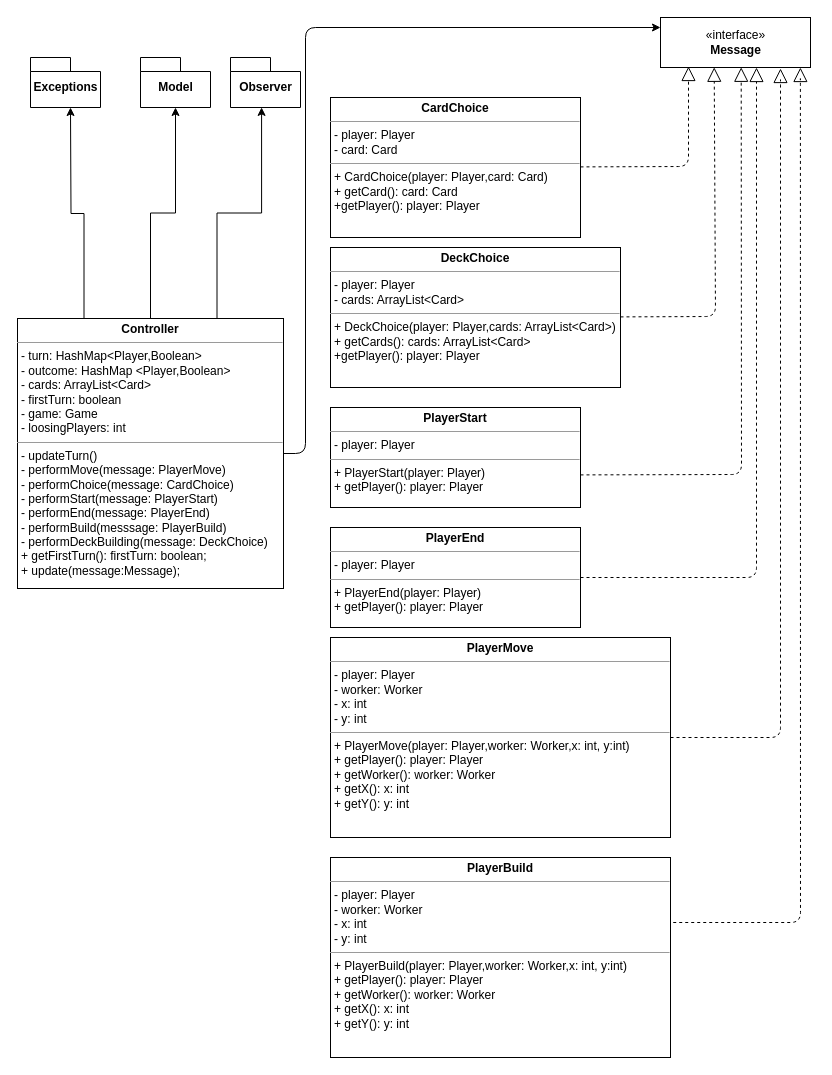
This is UML/Controller.drawio from peppetort/POLIMI_SE_19-20_santorini, a draw.io file, before an edit. Source tidied: cells renumbered, new cells numbered last; positions are measured from the earlier drawing's top-left corner, leaving out a move shared by most shapes. Both pictures are drawn from the tidied source at 100%, with x=0, y=0 at pixel (17, 17).
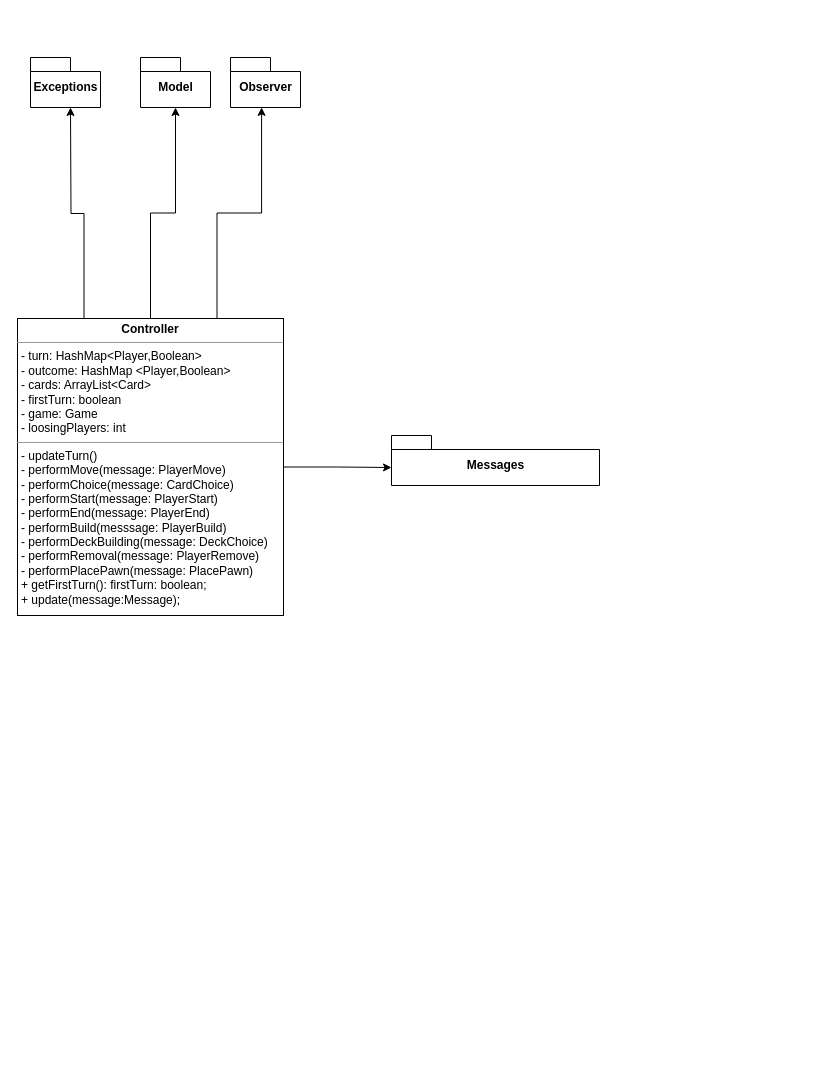
The same diagram, later.

Commit message (it also covers changes not shown here):
ModelUML: added removePlayer method / ControllerUML: deleted messages to separate them in their own package and added performRemoval and performPlacePawn

Diff of the diagram source:
```diff
@@
+    <mxCell id="23" style="edgeStyle=orthogonalEdgeStyle;rounded=0;jettySize=auto;html=1;exitX=1;exitY=0.5;exitDx=0;exitDy=0;entryX=0;entryY=0;entryDx=0;entryDy=32;entryPerimeter=0;" parent="1" edge="1" source="5" target="24">
+      <mxGeometry relative="1" as="geometry" />
+    </mxCell>
-    <mxCell id="5" value="&lt;p style=&quot;margin: 0px ; margin-top: 4px ; text-align: center&quot;&gt;&lt;b&gt;Controller&lt;/b&gt;&lt;/p&gt;&lt;hr size=&quot;1&quot;&gt;&lt;p style=&quot;margin: 0px ; margin-left: 4px&quot;&gt;- turn: HashMap&amp;lt;Player,Boolean&amp;gt;&lt;/p&gt;&lt;p style=&quot;margin: 0px ; margin-left: 4px&quot;&gt;- outcome: HashMap &amp;lt;Player,Boolean&amp;gt;&amp;nbsp;&lt;/p&gt;&lt;p style=&quot;margin: 0px ; margin-left: 4px&quot;&gt;- cards: ArrayList&amp;lt;Card&amp;gt;&lt;/p&gt;&lt;p style=&quot;margin: 0px ; margin-left: 4px&quot;&gt;- firstTurn: boolean&lt;/p&gt;&lt;p style=&quot;margin: 0px ; margin-left: 4px&quot;&gt;- game: Game&lt;/p&gt;&lt;p style=&quot;margin: 0px ; margin-left: 4px&quot;&gt;- loosingPlayers: int&lt;/p&gt;&lt;hr size=&quot;1&quot;&gt;&lt;p style=&quot;margin: 0px ; margin-left: 4px&quot;&gt;- updateTurn()&lt;/p&gt;&lt;p style=&quot;margin: 0px ; margin-left: 4px&quot;&gt;- performMove(message: PlayerMove)&lt;/p&gt;&lt;p style=&quot;margin: 0px ; margin-left: 4px&quot;&gt;- performChoice(message: CardChoice)&lt;/p&gt;&lt;p style=&quot;margin: 0px ; margin-left: 4px&quot;&gt;- performStart(message: PlayerStart)&lt;/p&gt;&lt;p style=&quot;margin: 0px ; margin-left: 4px&quot;&gt;- performEnd(message: PlayerEnd)&lt;/p&gt;&lt;p style=&quot;margin: 0px ; margin-left: 4px&quot;&gt;- performBuild(messsage: PlayerBuild)&lt;/p&gt;&lt;p style=&quot;margin: 0px ; margin-left: 4px&quot;&gt;- performDeckBuilding(message: DeckChoice)&lt;/p&gt;&lt;p style=&quot;margin: 0px ; margin-left: 4px&quot;&gt;+ getFirstTurn(): firstTurn: boolean;&lt;/p&gt;&lt;p style=&quot;margin: 0px ; margin-left: 4px&quot;&gt;+ update(message:Message);&amp;nbsp;&amp;nbsp;&lt;/p&gt;" style="verticalAlign=top;align=left;overflow=fill;fontSize=12;fontFamily=Helvetica;html=1;" parent="1" vertex="1">
-      <mxGeometry y="301" width="266" height="270" as="geometry" />
+    <mxCell id="5" value="&lt;p style=&quot;margin: 0px ; margin-top: 4px ; text-align: center&quot;&gt;&lt;b&gt;Controller&lt;/b&gt;&lt;/p&gt;&lt;hr size=&quot;1&quot;&gt;&lt;p style=&quot;margin: 0px ; margin-left: 4px&quot;&gt;- turn: HashMap&amp;lt;Player,Boolean&amp;gt;&lt;/p&gt;&lt;p style=&quot;margin: 0px ; margin-left: 4px&quot;&gt;- outcome: HashMap &amp;lt;Player,Boolean&amp;gt;&amp;nbsp;&lt;/p&gt;&lt;p style=&quot;margin: 0px ; margin-left: 4px&quot;&gt;- cards: ArrayList&amp;lt;Card&amp;gt;&lt;/p&gt;&lt;p style=&quot;margin: 0px ; margin-left: 4px&quot;&gt;- firstTurn: boolean&lt;/p&gt;&lt;p style=&quot;margin: 0px ; margin-left: 4px&quot;&gt;- game: Game&lt;/p&gt;&lt;p style=&quot;margin: 0px ; margin-left: 4px&quot;&gt;- loosingPlayers: int&lt;/p&gt;&lt;hr size=&quot;1&quot;&gt;&lt;p style=&quot;margin: 0px ; margin-left: 4px&quot;&gt;- updateTurn()&lt;/p&gt;&lt;p style=&quot;margin: 0px ; margin-left: 4px&quot;&gt;- performMove(message: PlayerMove)&lt;/p&gt;&lt;p style=&quot;margin: 0px ; margin-left: 4px&quot;&gt;- performChoice(message: CardChoice)&lt;/p&gt;&lt;p style=&quot;margin: 0px ; margin-left: 4px&quot;&gt;- performStart(message: PlayerStart)&lt;/p&gt;&lt;p style=&quot;margin: 0px ; margin-left: 4px&quot;&gt;- performEnd(message: PlayerEnd)&lt;/p&gt;&lt;p style=&quot;margin: 0px ; margin-left: 4px&quot;&gt;- performBuild(messsage: PlayerBuild)&lt;/p&gt;&lt;p style=&quot;margin: 0px ; margin-left: 4px&quot;&gt;- performDeckBuilding(message: DeckChoice)&lt;/p&gt;&lt;p style=&quot;margin: 0px ; margin-left: 4px&quot;&gt;- performRemoval(message: PlayerRemove)&lt;/p&gt;&lt;p style=&quot;margin: 0px ; margin-left: 4px&quot;&gt;- performPlacePawn(message: PlacePawn)&lt;/p&gt;&lt;p style=&quot;margin: 0px ; margin-left: 4px&quot;&gt;+ getFirstTurn(): firstTurn: boolean;&lt;/p&gt;&lt;p style=&quot;margin: 0px ; margin-left: 4px&quot;&gt;+ update(message:Message);&amp;nbsp;&amp;nbsp;&lt;/p&gt;&lt;p style=&quot;margin: 0px ; margin-left: 4px&quot;&gt;&lt;br&gt;&lt;/p&gt;" style="verticalAlign=top;align=left;overflow=fill;fontSize=12;fontFamily=Helvetica;html=1;" parent="1" vertex="1">
+      <mxGeometry y="301" width="266" height="297" as="geometry" />
     </mxCell>
-    <mxCell id="6" value="«interface»&lt;br&gt;&lt;b&gt;Message&lt;/b&gt;" style="html=1;" parent="1" vertex="1">
-      <mxGeometry x="643" width="150" height="50" as="geometry" />
-    </mxCell>
-    <mxCell id="7" value="&lt;p style=&quot;margin: 0px ; margin-top: 4px ; text-align: center&quot;&gt;&lt;b&gt;CardChoice&lt;/b&gt;&lt;/p&gt;&lt;hr size=&quot;1&quot;&gt;&lt;p style=&quot;margin: 0px ; margin-left: 4px&quot;&gt;- player: Player&lt;/p&gt;&lt;p style=&quot;margin: 0px ; margin-left: 4px&quot;&gt;- card: Card&lt;/p&gt;&lt;hr size=&quot;1&quot;&gt;&lt;p style=&quot;margin: 0px ; margin-left: 4px&quot;&gt;+ CardChoice(player: Player,card: Card)&lt;/p&gt;&lt;p style=&quot;margin: 0px ; margin-left: 4px&quot;&gt;+ getCard(): card: Card&lt;/p&gt;&lt;p style=&quot;margin: 0px ; margin-left: 4px&quot;&gt;+getPlayer(): player: Player&lt;/p&gt;&lt;p style=&quot;margin: 0px ; margin-left: 4px&quot;&gt;&lt;br&gt;&lt;/p&gt;" style="verticalAlign=top;align=left;overflow=fill;fontSize=12;fontFamily=Helvetica;html=1;" parent="1" vertex="1">
-      <mxGeometry x="313" y="80" width="250" height="140" as="geometry" />
-    </mxCell>
-    <mxCell id="8" value="&lt;p style=&quot;margin: 0px ; margin-top: 4px ; text-align: center&quot;&gt;&lt;b&gt;DeckChoice&lt;/b&gt;&lt;/p&gt;&lt;hr size=&quot;1&quot;&gt;&lt;p style=&quot;margin: 0px ; margin-left: 4px&quot;&gt;- player: Player&lt;/p&gt;&lt;p style=&quot;margin: 0px ; margin-left: 4px&quot;&gt;- cards: ArrayList&amp;lt;Card&amp;gt;&lt;/p&gt;&lt;hr size=&quot;1&quot;&gt;&lt;p style=&quot;margin: 0px ; margin-left: 4px&quot;&gt;+ DeckChoice(player: Player,cards: ArrayList&amp;lt;Card&amp;gt;)&lt;/p&gt;&lt;p style=&quot;margin: 0px ; margin-left: 4px&quot;&gt;+ getCards(): cards: ArrayList&amp;lt;Card&amp;gt;&lt;/p&gt;&lt;p style=&quot;margin: 0px ; margin-left: 4px&quot;&gt;+getPlayer(): player: Player&lt;/p&gt;&lt;p style=&quot;margin: 0px ; margin-left: 4px&quot;&gt;&lt;br&gt;&lt;/p&gt;" style="verticalAlign=top;align=left;overflow=fill;fontSize=12;fontFamily=Helvetica;html=1;" parent="1" vertex="1">
-      <mxGeometry x="313" y="230" width="290" height="140" as="geometry" />
-    </mxCell>
-    <mxCell id="9" value="&lt;p style=&quot;margin: 0px ; margin-top: 4px ; text-align: center&quot;&gt;&lt;b&gt;PlayerStart&lt;/b&gt;&lt;/p&gt;&lt;hr size=&quot;1&quot;&gt;&lt;p style=&quot;margin: 0px ; margin-left: 4px&quot;&gt;- player: Player&lt;/p&gt;&lt;hr size=&quot;1&quot;&gt;&lt;p style=&quot;margin: 0px ; margin-left: 4px&quot;&gt;+ PlayerStart(player: Player)&lt;/p&gt;&lt;p style=&quot;margin: 0px ; margin-left: 4px&quot;&gt;+ getPlayer(): player: Player&lt;/p&gt;&lt;p style=&quot;margin: 0px ; margin-left: 4px&quot;&gt;&lt;br&gt;&lt;/p&gt;" style="verticalAlign=top;align=left;overflow=fill;fontSize=12;fontFamily=Helvetica;html=1;" parent="1" vertex="1">
-      <mxGeometry x="313" y="390" width="250" height="100" as="geometry" />
-    </mxCell>
-    <mxCell id="10" value="&lt;p style=&quot;margin: 0px ; margin-top: 4px ; text-align: center&quot;&gt;&lt;b&gt;PlayerEnd&lt;/b&gt;&lt;/p&gt;&lt;hr size=&quot;1&quot;&gt;&lt;p style=&quot;margin: 0px ; margin-left: 4px&quot;&gt;- player: Player&lt;/p&gt;&lt;hr size=&quot;1&quot;&gt;&lt;p style=&quot;margin: 0px ; margin-left: 4px&quot;&gt;+ PlayerEnd(player: Player)&lt;/p&gt;&lt;p style=&quot;margin: 0px ; margin-left: 4px&quot;&gt;+ getPlayer(): player: Player&lt;/p&gt;&lt;p style=&quot;margin: 0px ; margin-left: 4px&quot;&gt;&lt;br&gt;&lt;/p&gt;" style="verticalAlign=top;align=left;overflow=fill;fontSize=12;fontFamily=Helvetica;html=1;" parent="1" vertex="1">
-      <mxGeometry x="313" y="510" width="250" height="100" as="geometry" />
-    </mxCell>
-    <mxCell id="11" value="&lt;p style=&quot;margin: 0px ; margin-top: 4px ; text-align: center&quot;&gt;&lt;b&gt;PlayerMove&lt;/b&gt;&lt;/p&gt;&lt;hr size=&quot;1&quot;&gt;&lt;p style=&quot;margin: 0px ; margin-left: 4px&quot;&gt;- player: Player&lt;/p&gt;&lt;p style=&quot;margin: 0px ; margin-left: 4px&quot;&gt;- worker: Worker&lt;/p&gt;&lt;p style=&quot;margin: 0px ; margin-left: 4px&quot;&gt;- x: int&lt;/p&gt;&lt;p style=&quot;margin: 0px ; margin-left: 4px&quot;&gt;- y: int&lt;/p&gt;&lt;hr size=&quot;1&quot;&gt;&lt;p style=&quot;margin: 0px ; margin-left: 4px&quot;&gt;+ PlayerMove(player: Player,worker: Worker,&lt;span&gt;x: int, y:int)&lt;/span&gt;&lt;/p&gt;&lt;p style=&quot;margin: 0px ; margin-left: 4px&quot;&gt;+ getPlayer(): player: Player&lt;/p&gt;&lt;p style=&quot;margin: 0px ; margin-left: 4px&quot;&gt;+ getWorker(): worker: Worker&lt;/p&gt;&lt;p style=&quot;margin: 0px ; margin-left: 4px&quot;&gt;+ getX(): x: int&lt;/p&gt;&lt;p style=&quot;margin: 0px ; margin-left: 4px&quot;&gt;+ getY(): y: int&lt;/p&gt;&lt;p style=&quot;margin: 0px ; margin-left: 4px&quot;&gt;&lt;br&gt;&lt;/p&gt;" style="verticalAlign=top;align=left;overflow=fill;fontSize=12;fontFamily=Helvetica;html=1;" parent="1" vertex="1">
-      <mxGeometry x="313" y="620" width="340" height="200" as="geometry" />
-    </mxCell>
-    <mxCell id="12" value="&lt;p style=&quot;margin: 0px ; margin-top: 4px ; text-align: center&quot;&gt;&lt;b&gt;PlayerBuild&lt;/b&gt;&lt;/p&gt;&lt;hr size=&quot;1&quot;&gt;&lt;p style=&quot;margin: 0px ; margin-left: 4px&quot;&gt;- player: Player&lt;/p&gt;&lt;p style=&quot;margin: 0px ; margin-left: 4px&quot;&gt;- worker: Worker&lt;/p&gt;&lt;p style=&quot;margin: 0px ; margin-left: 4px&quot;&gt;- x: int&lt;/p&gt;&lt;p style=&quot;margin: 0px ; margin-left: 4px&quot;&gt;- y: int&lt;/p&gt;&lt;hr size=&quot;1&quot;&gt;&lt;p style=&quot;margin: 0px ; margin-left: 4px&quot;&gt;+ PlayerBuild(player: Player,worker: Worker,&lt;span&gt;x: int, y:int)&lt;/span&gt;&lt;/p&gt;&lt;p style=&quot;margin: 0px ; margin-left: 4px&quot;&gt;+ getPlayer(): player: Player&lt;/p&gt;&lt;p style=&quot;margin: 0px ; margin-left: 4px&quot;&gt;+ getWorker(): worker: Worker&lt;/p&gt;&lt;p style=&quot;margin: 0px ; margin-left: 4px&quot;&gt;+ getX(): x: int&lt;/p&gt;&lt;p style=&quot;margin: 0px ; margin-left: 4px&quot;&gt;+ getY(): y: int&lt;/p&gt;&lt;p style=&quot;margin: 0px ; margin-left: 4px&quot;&gt;&lt;br&gt;&lt;/p&gt;" style="verticalAlign=top;align=left;overflow=fill;fontSize=12;fontFamily=Helvetica;html=1;" parent="1" vertex="1">
-      <mxGeometry x="313" y="840" width="340" height="200" as="geometry" />
-    </mxCell>
-    <mxCell id="13" style="endArrow=block;dashed=1;endFill=0;endSize=12;html=1;" parent="1" edge="1">
-      <mxGeometry relative="1" as="geometry">
-        <mxPoint x="563" y="149.4" as="sourcePoint" />
-        <mxPoint x="671" y="49" as="targetPoint" />
-        <Array as="points">
-          <mxPoint x="671" y="149" />
-        </Array>
-      </mxGeometry>
-    </mxCell>
-    <mxCell id="14" style="endArrow=block;dashed=1;endFill=0;endSize=12;html=1;entryX=0.358;entryY=0.996;entryDx=0;entryDy=0;entryPerimeter=0;" parent="1" edge="1" target="6">
-      <mxGeometry relative="1" as="geometry">
-        <mxPoint x="603" y="299.4" as="sourcePoint" />
-        <Array as="points">
-          <mxPoint x="698" y="299" />
-        </Array>
-      </mxGeometry>
-    </mxCell>
-    <mxCell id="15" style="endArrow=block;dashed=1;endFill=0;endSize=12;html=1;entryX=0.538;entryY=0.996;entryDx=0;entryDy=0;entryPerimeter=0;" parent="1" edge="1" target="6">
-      <mxGeometry relative="1" as="geometry">
-        <mxPoint x="563" y="457.4" as="sourcePoint" />
-        <Array as="points">
-          <mxPoint x="724" y="457" />
-        </Array>
-      </mxGeometry>
-    </mxCell>
-    <mxCell id="16" style="endArrow=block;dashed=1;endFill=0;endSize=12;html=1;exitX=1;exitY=0.5;exitDx=0;exitDy=0;" parent="1" edge="1" source="10">
-      <mxGeometry relative="1" as="geometry">
-        <mxPoint x="739" y="50" as="targetPoint" />
-        <Array as="points">
-          <mxPoint x="739" y="560" />
-        </Array>
-      </mxGeometry>
-    </mxCell>
-    <mxCell id="17" style="endArrow=block;dashed=1;endFill=0;endSize=12;html=1;exitX=1;exitY=0.5;exitDx=0;exitDy=0;" parent="1" edge="1" source="11">
-      <mxGeometry relative="1" as="geometry">
-        <mxPoint x="763" y="51" as="targetPoint" />
-        <Array as="points">
-          <mxPoint x="763" y="720" />
-          <mxPoint x="763" y="60" />
-        </Array>
-      </mxGeometry>
-    </mxCell>
-    <mxCell id="18" style="endArrow=block;dashed=1;endFill=0;endSize=12;html=1;exitX=1.008;exitY=0.325;exitDx=0;exitDy=0;exitPerimeter=0;" parent="1" edge="1" source="12">
-      <mxGeometry relative="1" as="geometry">
-        <mxPoint x="782.9" y="50" as="targetPoint" />
-        <Array as="points">
-          <mxPoint x="783" y="905" />
-          <mxPoint x="782.9" y="59" />
-        </Array>
-      </mxGeometry>
-    </mxCell>
@@
-    <mxCell id="22" style="endArrow=classic;html=1;exitX=1;exitY=0.5;exitDx=0;exitDy=0;" parent="1" edge="1" source="5">
-      <mxGeometry relative="1" as="geometry">
-        <mxPoint x="643" y="10" as="targetPoint" />
-        <Array as="points">
-          <mxPoint x="288" y="436" />
-          <mxPoint x="288" y="10" />
-        </Array>
-      </mxGeometry>
-    </mxCell>
+    <mxCell id="24" value="Messages" style="shape=folder;fontStyle=1;spacingTop=10;tabWidth=40;tabHeight=14;tabPosition=left;html=1;" parent="1" vertex="1">
+      <mxGeometry x="374" y="418" width="208" height="50" as="geometry" />
+    </mxCell>
```
